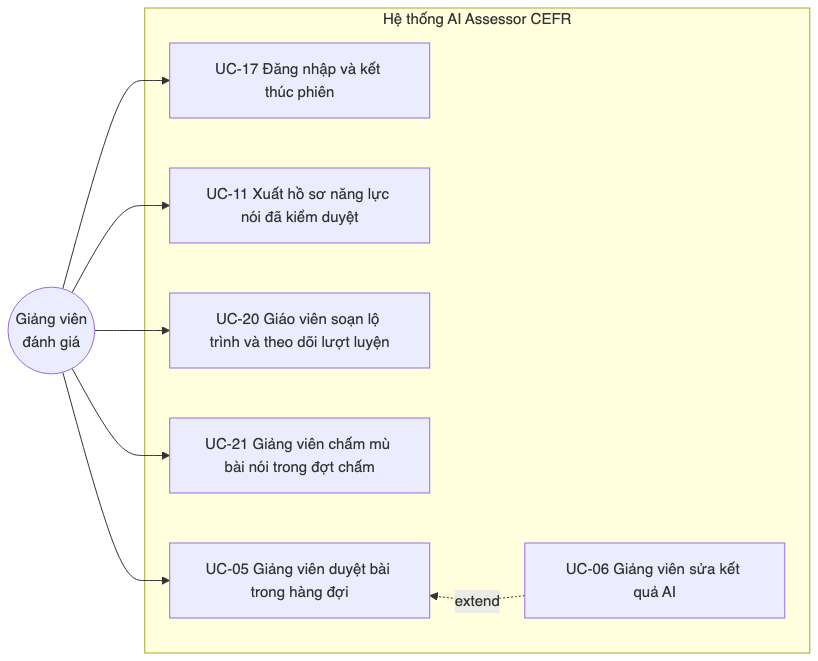
Above: docs/sdd/images/01b_usecase_giangvien.png in ThanhSangLouis/ai-assessor-cefr (Mermaid), before the change. Its source is kept beside it as docs/sdd/diagrams/01b_usecase_giangvien.mmd.
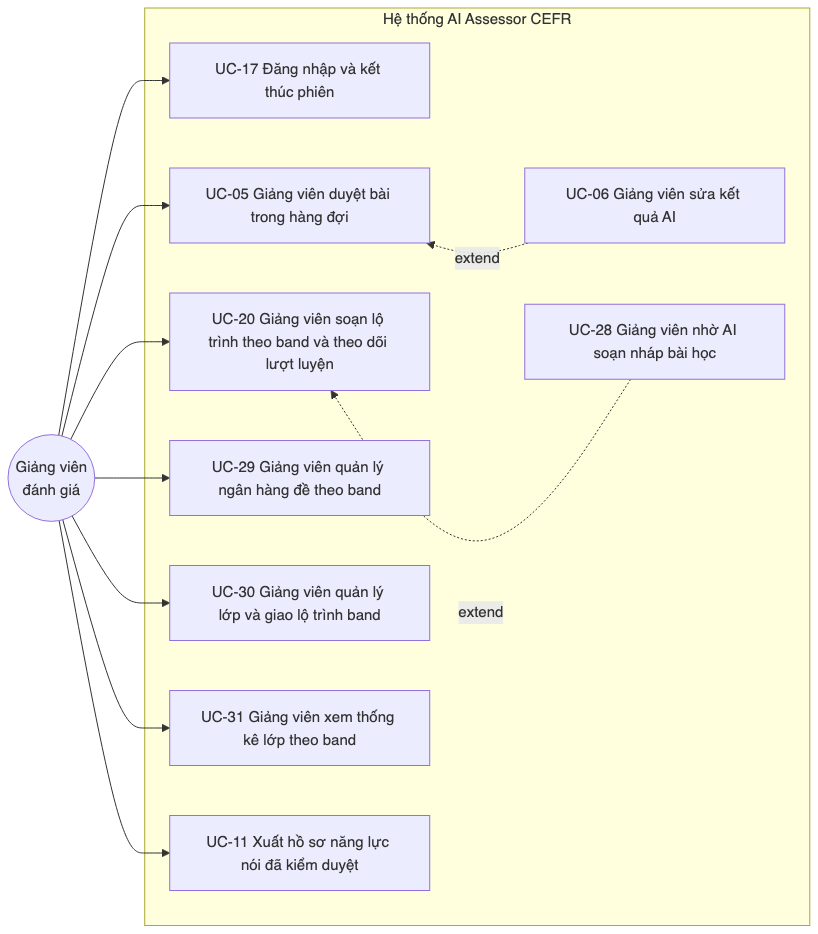
After the commit.

The edit, as a diff of the source:
```diff
@@ -4,17 +4,26 @@
     subgraph SYS["Hệ thống AI Assessor CEFR"]
         direction TB
         UC17["UC-17 Đăng nhập và kết thúc phiên"]
-        UC11["UC-11 Xuất hồ sơ năng lực nói đã kiểm duyệt"]
-        UC20["UC-20 Giáo viên soạn lộ trình và theo dõi lượt luyện"]
         UC05["UC-05 Giảng viên duyệt bài trong hàng đợi"]
         UC06["UC-06 Giảng viên sửa kết quả AI"]
+        UC20["UC-20 Giảng viên soạn lộ trình theo band và theo dõi lượt luyện"]
+        UC28["UC-28 Giảng viên nhờ AI soạn nháp bài học"]
+        UC29["UC-29 Giảng viên quản lý ngân hàng đề theo band"]
+        UC30["UC-30 Giảng viên quản lý lớp và giao lộ trình band"]
+        UC31["UC-31 Giảng viên xem thống kê lớp theo band"]
+        UC11["UC-11 Xuất hồ sơ năng lực nói đã kiểm duyệt"]
     end
 
     GV --> UC17
+    GV --> UC05
+    GV --> UC20
+    GV --> UC29
+    GV --> UC30
+    GV --> UC31
     GV --> UC11
-    GV --> UC20
-    GV --> UC05
 
     UC05 ~~~ UC06
+    UC20 ~~~ UC28
 
     UC06 -. extend .-> UC05
+    UC28 -. extend .-> UC20
```
